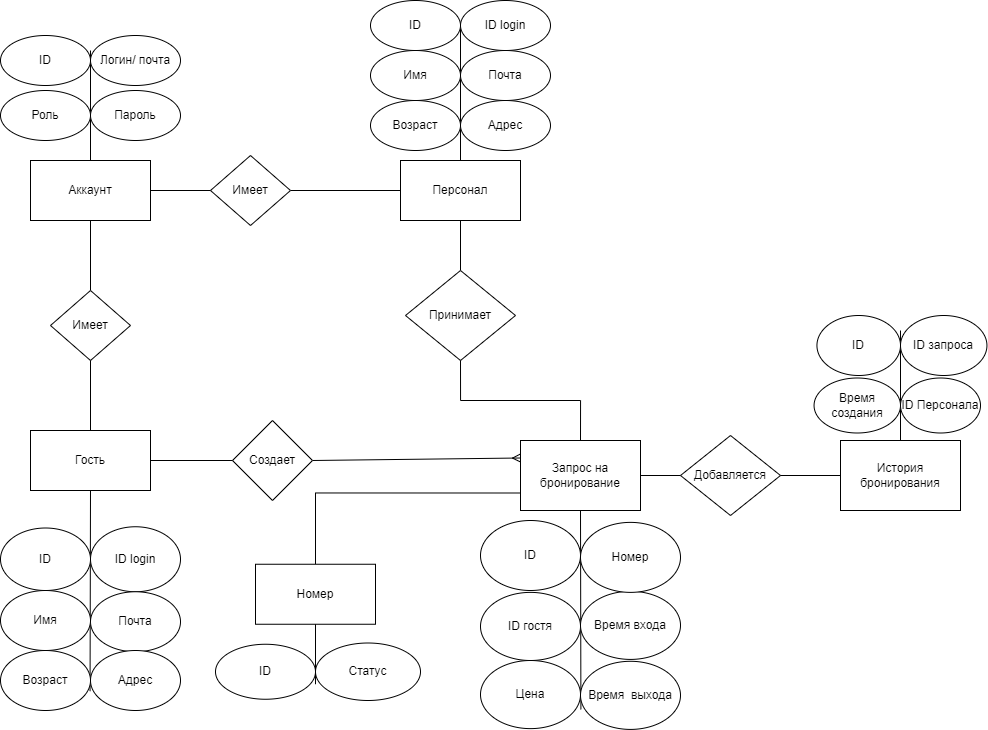
KulosisCode/PPO_BMSTU keeps this draw.io diagram as img/ER.png. Above is the earlier version. Source tidied: cells renumbered, new cells last; positions are measured from the earlier drawing's top-left corner, leaving out a move shared by most shapes.
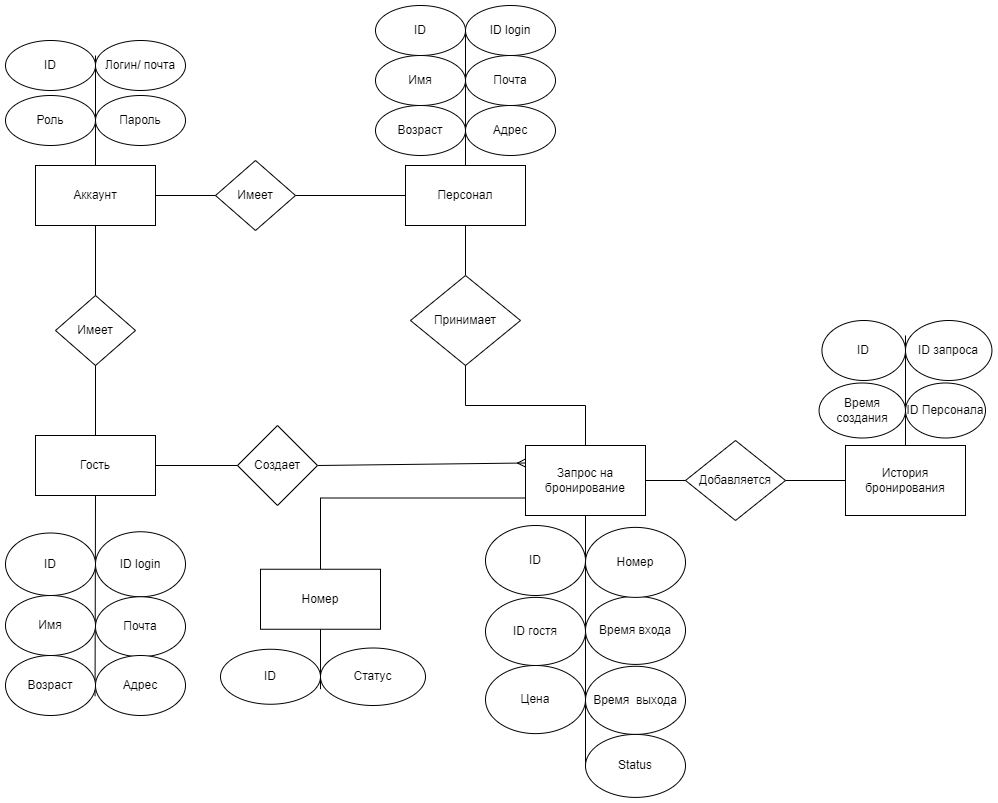
Later version of the same file.

Change to the diagram source:
```diff
@@ -163,9 +163,9 @@
     <mxCell id="52" value="Запрос на бронирование" style="rounded=0;whiteSpace=wrap;html=1;" parent="50" vertex="1">
       <mxGeometry x="40" width="120" height="70" as="geometry" />
     </mxCell>
-    <mxCell id="53" style="endArrow=none;html=1;rounded=0;entryX=0.5;entryY=1;entryDx=0;entryDy=0;exitX=1.004;exitY=0.718;exitDx=0;exitDy=0;exitPerimeter=0;" parent="50" edge="1" target="52">
+    <mxCell id="53" style="endArrow=none;html=1;rounded=0;entryX=0.5;entryY=1;entryDx=0;entryDy=0;" parent="50" edge="1" target="52">
       <mxGeometry relative="1" as="geometry">
-        <mxPoint x="100.4" y="268.9" as="sourcePoint" />
+        <mxPoint x="100" y="320" as="sourcePoint" />
       </mxGeometry>
     </mxCell>
     <mxCell id="54" value="ID" style="ellipse;whiteSpace=wrap;html=1;" parent="50" vertex="1">
@@ -203,5 +203,8 @@
     <mxCell id="64" value="История бронирования" style="rounded=0;whiteSpace=wrap;html=1;" parent="1" vertex="1">
       <mxGeometry x="840" y="440" width="120" height="70" as="geometry" />
     </mxCell>
+    <mxCell id="65" value="Status" style="ellipse;whiteSpace=wrap;html=1;" parent="1" vertex="1">
+      <mxGeometry x="580" y="728.9" width="100" height="63" as="geometry" />
+    </mxCell>
   </root>
 </mxGraphModel>
```
